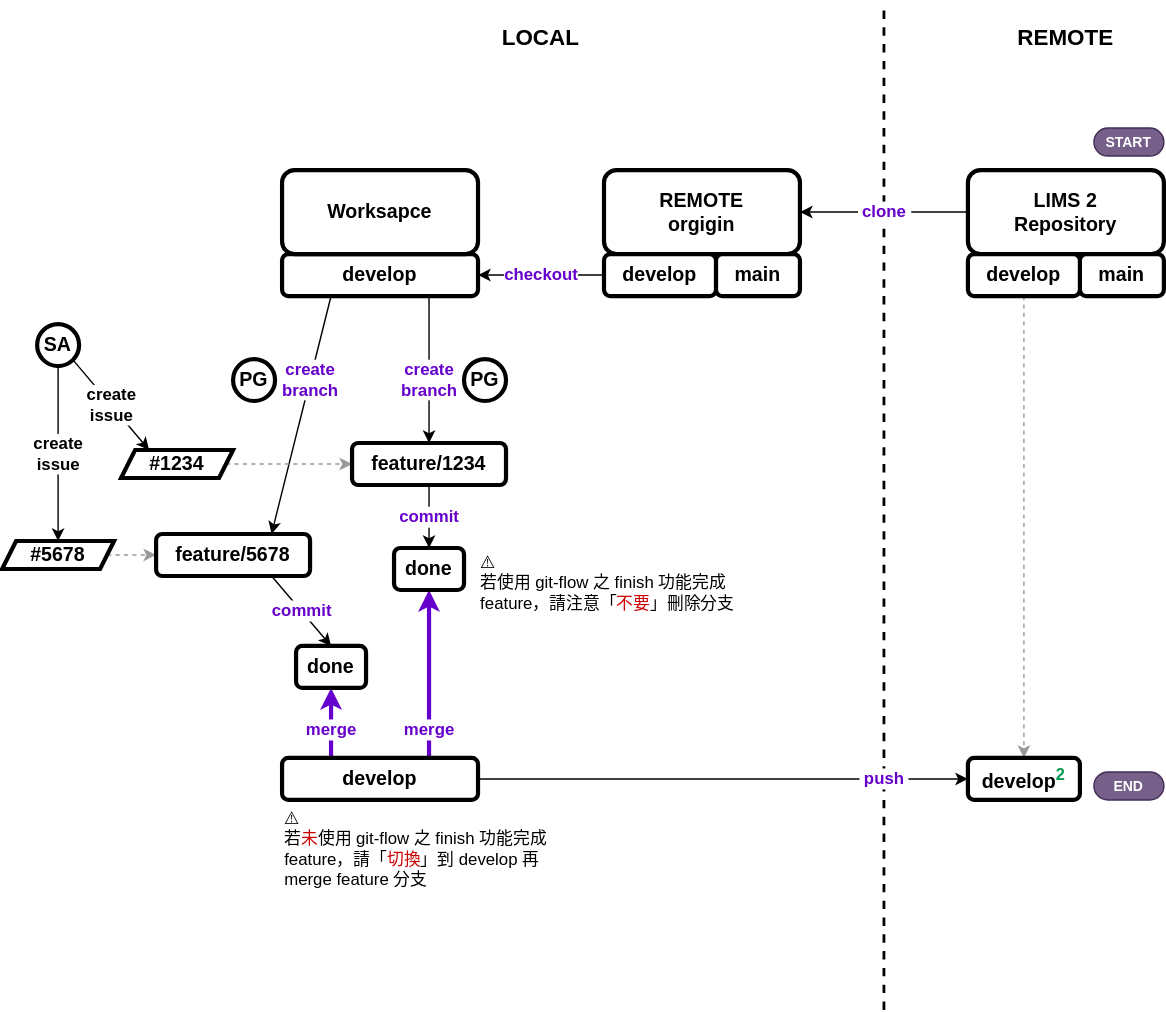
Before: asset/lims-develop.svg, a diagram exported from draw.io (dpi627/SGS.OAD.GitTraining). Source tidied: cells renumbered, new cells last; positions are measured from the earlier drawing's top-left corner, leaving out a move shared by most shapes.
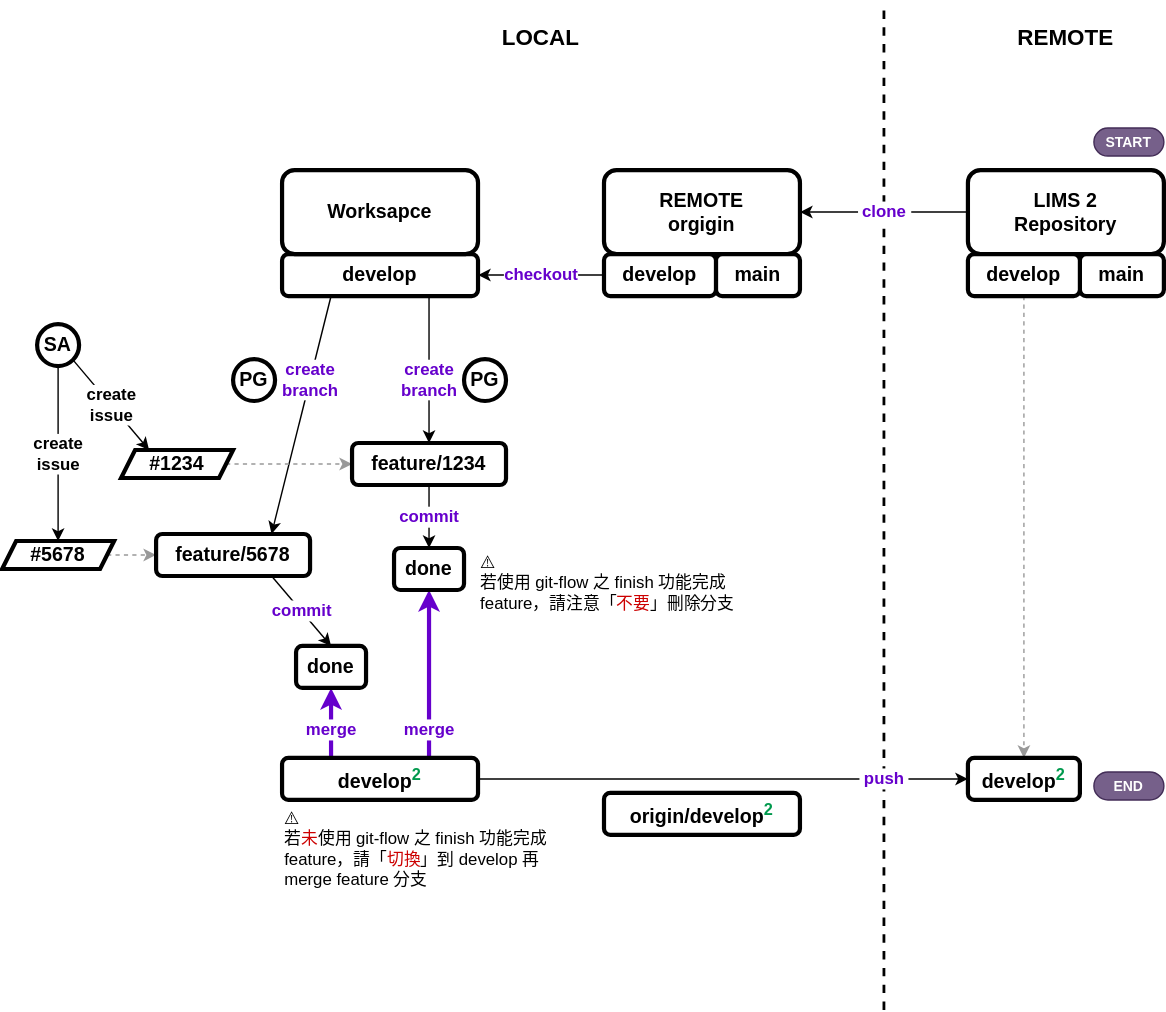
The same diagram one commit later.

The edit, as a diff of the source:
```diff
@@ -95,7 +95,7 @@
     <mxCell id="31" value="&amp;nbsp;push&amp;nbsp;" style="edgeStyle=orthogonalEdgeStyle;rounded=0;jettySize=auto;html=1;exitX=1;exitY=0.5;exitDx=0;exitDy=0;entryX=0;entryY=0.5;entryDx=0;entryDy=0;fontSize=12;fontStyle=1;fontColor=#6600CC;" parent="1" edge="1" source="32" target="35">
       <mxGeometry x="0.66" relative="1" as="geometry" />
     </mxCell>
-    <mxCell id="32" value="develop" style="rounded=1;whiteSpace=wrap;html=1;strokeWidth=3;fontSize=14;fontStyle=1;" parent="1" vertex="1">
+    <mxCell id="32" value="develop&lt;sup&gt;&lt;font color=&quot;#00994d&quot;&gt;2&lt;/font&gt;&lt;/sup&gt;" style="rounded=1;whiteSpace=wrap;html=1;strokeWidth=3;fontSize=14;fontStyle=1;" parent="1" vertex="1">
       <mxGeometry x="200" y="540" width="140" height="30" as="geometry" />
     </mxCell>
     <mxCell id="33" value="done" style="rounded=1;whiteSpace=wrap;html=1;strokeWidth=3;fontSize=14;fontStyle=1;" parent="1" vertex="1">
@@ -125,5 +125,8 @@
     <mxCell id="41" value="REMOTE" style="text;html=1;align=center;verticalAlign=middle;whiteSpace=wrap;rounded=0;fontStyle=1;fontSize=16;" parent="1" vertex="1">
       <mxGeometry x="715" y="10" width="90" height="30" as="geometry" />
     </mxCell>
+    <mxCell id="42" value="origin/develop&lt;sup&gt;&lt;font color=&quot;#00994d&quot;&gt;2&lt;/font&gt;&lt;/sup&gt;" style="rounded=1;whiteSpace=wrap;html=1;strokeWidth=3;fontSize=14;fontStyle=1;" parent="1" vertex="1">
+      <mxGeometry x="430" y="565" width="140" height="30" as="geometry" />
+    </mxCell>
   </root>
 </mxGraphModel>
```
